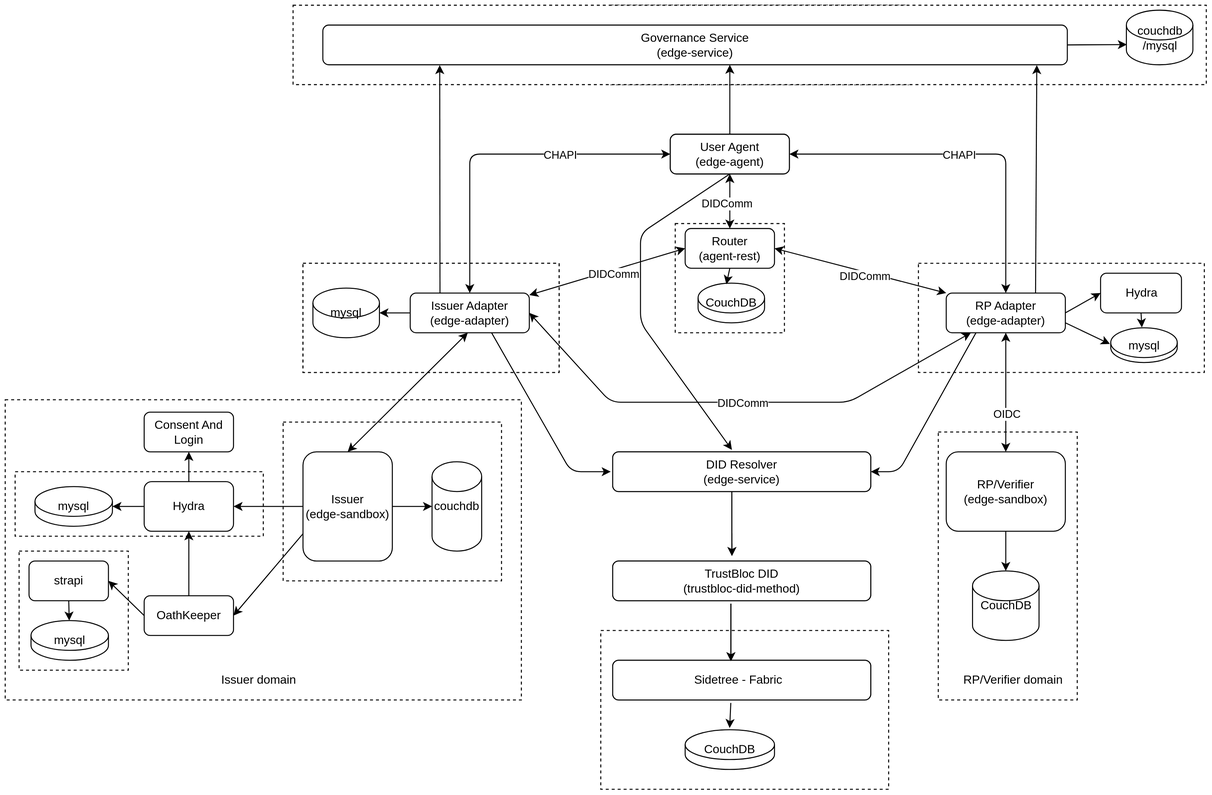
Before: docs/source/images/adapter_component_diagram.svg, a diagram exported from draw.io (trustbloc/docs). Source tidied: cells renumbered, new cells last; positions are measured from the earlier drawing's top-left corner, leaving out a move shared by most shapes.
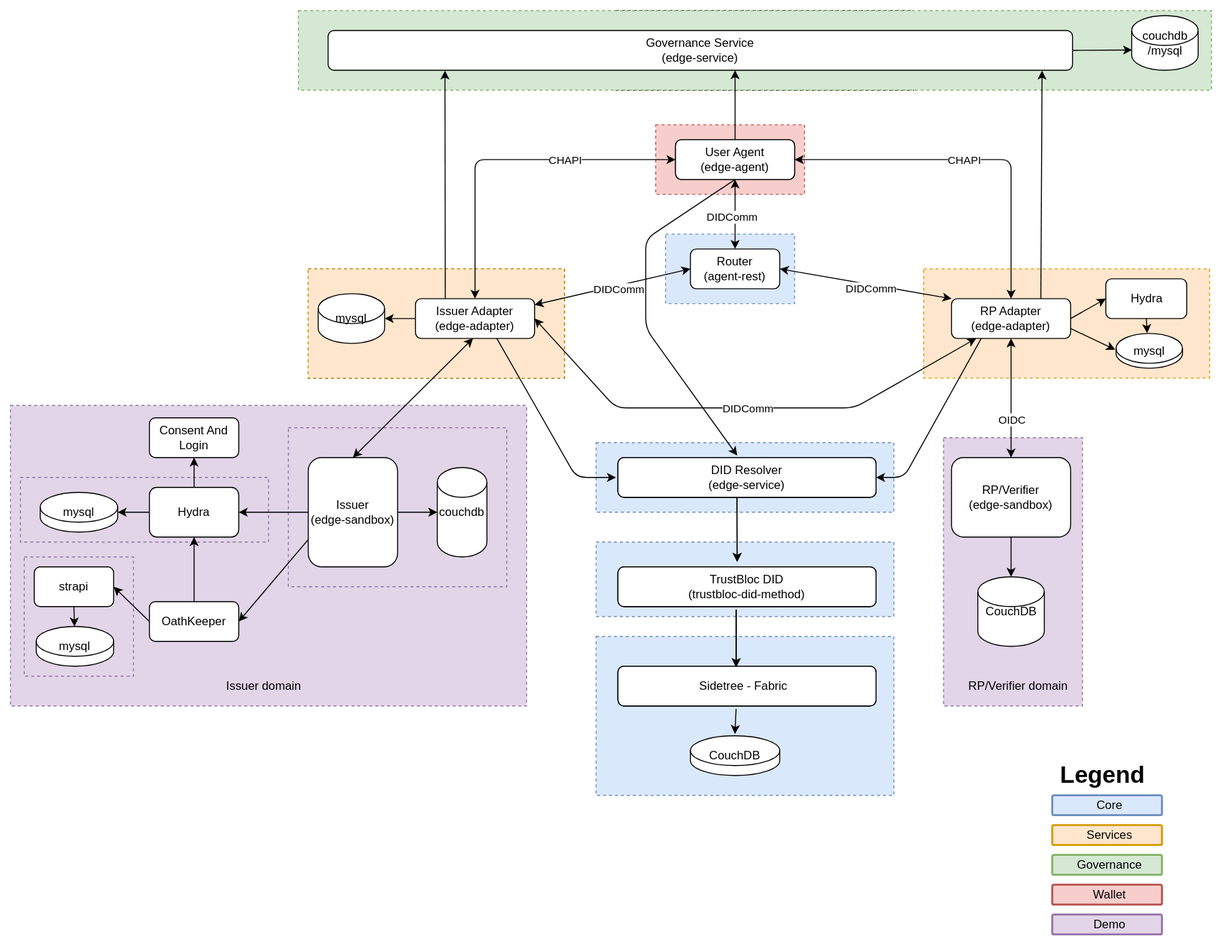
The same diagram one commit later.

Commit message:
docs: Update component diagram (colour code components)

Change to the diagram source:
```diff
@@ -2,20 +2,29 @@
   <root>
     <mxCell id="0" />
     <mxCell id="1" parent="0" />
+    <mxCell id="95" style="rounded=0;whiteSpace=wrap;html=1;dashed=1;fillColor=#f8cecc;strokeColor=#b85450;" parent="1" vertex="1">
+      <mxGeometry x="650" y="115" width="150" height="70" as="geometry" />
+    </mxCell>
+    <mxCell id="96" style="rounded=0;whiteSpace=wrap;html=1;dashed=1;fillColor=#dae8fc;strokeColor=#6c8ebf;" parent="1" vertex="1">
+      <mxGeometry x="660" y="225" width="130" height="70" as="geometry" />
+    </mxCell>
+    <mxCell id="97" style="rounded=0;whiteSpace=wrap;html=1;dashed=1;fillColor=#dae8fc;strokeColor=#6c8ebf;" parent="1" vertex="1">
+      <mxGeometry x="590" y="435" width="300" height="70" as="geometry" />
+    </mxCell>
+    <mxCell id="98" style="rounded=0;whiteSpace=wrap;html=1;dashed=1;fillColor=#dae8fc;strokeColor=#6c8ebf;" parent="1" vertex="1">
+      <mxGeometry x="590" y="535" width="300" height="75" as="geometry" />
+    </mxCell>
-    <mxCell id="2" style="rounded=0;whiteSpace=wrap;html=1;dashed=1;" parent="1" vertex="1">
+    <mxCell id="2" style="rounded=0;whiteSpace=wrap;html=1;dashed=1;fillColor=#e1d5e7;strokeColor=#9673a6;" parent="1" vertex="1">
       <mxGeometry y="397.5" width="520" height="302.5" as="geometry" />
     </mxCell>
-    <mxCell id="3" style="rounded=0;whiteSpace=wrap;html=1;dashed=1;" parent="1" vertex="1">
-      <mxGeometry x="675" y="220" width="110" height="110" as="geometry" />
-    </mxCell>
-    <mxCell id="4" style="rounded=0;whiteSpace=wrap;html=1;dashed=1;" parent="1" vertex="1">
+    <mxCell id="4" style="rounded=0;whiteSpace=wrap;html=1;dashed=1;fillColor=#e1d5e7;strokeColor=#9673a6;" parent="1" vertex="1">
       <mxGeometry x="940" y="430" width="140" height="270" as="geometry" />
     </mxCell>
-    <mxCell id="5" style="rounded=0;whiteSpace=wrap;html=1;dashed=1;" parent="1" vertex="1">
+    <mxCell id="5" style="rounded=0;whiteSpace=wrap;html=1;dashed=1;fillColor=#e1d5e7;strokeColor=#9673a6;" parent="1" vertex="1">
       <mxGeometry x="280" y="420" width="220" height="160" as="geometry" />
     </mxCell>
-    <mxCell id="6" style="rounded=0;whiteSpace=wrap;html=1;dashed=1;" parent="1" vertex="1">
-      <mxGeometry x="600" y="630" width="290" height="160" as="geometry" />
+    <mxCell id="6" style="rounded=0;whiteSpace=wrap;html=1;dashed=1;fillColor=#dae8fc;strokeColor=#6c8ebf;" parent="1" vertex="1">
+      <mxGeometry x="590" y="630" width="300" height="160" as="geometry" />
     </mxCell>
     <mxCell id="7" style="rounded=0;whiteSpace=wrap;html=1;dashed=1;" parent="1" vertex="1">
       <mxGeometry x="610" width="300" height="80" as="geometry" />
@@ -83,13 +92,13 @@
         <mxPoint x="1149.4" y="329.6" as="targetPoint" />
       </mxGeometry>
     </mxCell>
-    <mxCell id="27" style="rounded=0;whiteSpace=wrap;html=1;dashed=1;" parent="1" vertex="1">
+    <mxCell id="27" style="rounded=0;whiteSpace=wrap;html=1;dashed=1;fillColor=#d5e8d4;strokeColor=#82b366;" parent="1" vertex="1">
       <mxGeometry x="290" width="920" height="80" as="geometry" />
     </mxCell>
-    <mxCell id="28" style="rounded=0;whiteSpace=wrap;html=1;dashed=1;" parent="1" vertex="1">
+    <mxCell id="28" style="rounded=0;whiteSpace=wrap;html=1;dashed=1;fillColor=#ffe6cc;strokeColor=#d79b00;" parent="1" vertex="1">
       <mxGeometry x="300" y="260" width="258" height="110" as="geometry" />
     </mxCell>
-    <mxCell id="29" style="rounded=0;whiteSpace=wrap;html=1;dashed=1;" parent="1" vertex="1">
+    <mxCell id="29" style="rounded=0;whiteSpace=wrap;html=1;dashed=1;fillColor=#ffe6cc;strokeColor=#d79b00;" parent="1" vertex="1">
       <mxGeometry x="920" y="260" width="288" height="110" as="geometry" />
     </mxCell>
     <mxCell id="30" value="Issuer Adapter&lt;br&gt;(edge-adapter)" style="rounded=1;whiteSpace=wrap;html=1;" parent="1" vertex="1">
@@ -215,10 +224,10 @@
     <mxCell id="59" value="CouchDB" style="shape=cylinder2;whiteSpace=wrap;html=1;boundedLbl=1;backgroundOutline=1;size=15;" parent="1" vertex="1">
       <mxGeometry x="974.5" y="570" width="67" height="70" as="geometry" />
     </mxCell>
-    <mxCell id="60" style="rounded=0;whiteSpace=wrap;html=1;dashed=1;" parent="1" vertex="1">
+    <mxCell id="60" style="rounded=0;whiteSpace=wrap;html=1;dashed=1;fillColor=#e1d5e7;strokeColor=#9673a6;" parent="1" vertex="1">
       <mxGeometry x="10" y="470" width="250" height="65" as="geometry" />
     </mxCell>
-    <mxCell id="61" style="rounded=0;whiteSpace=wrap;html=1;dashed=1;" parent="1" vertex="1">
+    <mxCell id="61" style="rounded=0;whiteSpace=wrap;html=1;dashed=1;fillColor=#e1d5e7;strokeColor=#9673a6;" parent="1" vertex="1">
       <mxGeometry x="14" y="550" width="110" height="120" as="geometry" />
     </mxCell>
     <mxCell id="62" style="edgeStyle=orthogonalEdgeStyle;rounded=0;jettySize=auto;html=1;" parent="1" edge="1" source="63" target="78">
@@ -307,14 +316,8 @@
       </mxGeometry>
     </mxCell>
     <mxCell id="87" value="Router&lt;br&gt;(agent-rest)" style="rounded=1;whiteSpace=wrap;html=1;" parent="1" vertex="1">
-      <mxGeometry x="685" y="225" width="90" height="40" as="geometry" />
+      <mxGeometry x="685" y="240" width="90" height="40" as="geometry" />
     </mxCell>
-    <mxCell id="88" value="CouchDB" style="shape=cylinder2;whiteSpace=wrap;html=1;boundedLbl=1;backgroundOutline=1;size=15;" parent="1" vertex="1">
-      <mxGeometry x="698" y="280" width="67" height="40" as="geometry" />
-    </mxCell>
-    <mxCell id="89" style="endArrow=classic;html=1;entryX=0.425;entryY=0.028;entryDx=0;entryDy=0;exitX=0.5;exitY=1;exitDx=0;exitDy=0;entryPerimeter=0;" parent="1" edge="1" source="87" target="88">
-      <mxGeometry relative="1" as="geometry" />
-    </mxCell>
     <mxCell id="90" style="endArrow=classic;startArrow=classic;html=1;exitX=0;exitY=0.5;exitDx=0;exitDy=0;" parent="1" edge="1" source="87" target="30">
       <mxGeometry relative="1" as="geometry" />
     </mxCell>
@@ -330,5 +333,23 @@
     <mxCell id="94" value="RP/Verifier domain" style="text;html=1;align=center;verticalAlign=middle;" parent="1" vertex="1">
       <mxGeometry x="955" y="670" width="120" height="20" as="geometry" />
     </mxCell>
+    <mxCell id="99" value="Services" style="rounded=1;arcSize=9;fillColor=#ffe6cc;align=center;spacingLeft=5;strokeColor=#d79b00;html=1;strokeWidth=2;fontSize=12;" parent="1" vertex="1">
+      <mxGeometry x="1049.5" y="820" width="110.5" height="20" as="geometry" />
+    </mxCell>
+    <mxCell id="100" value="Core" style="rounded=1;arcSize=9;fillColor=#dae8fc;align=center;spacingLeft=5;strokeColor=#6c8ebf;html=1;strokeWidth=2;fontSize=12;" parent="1" vertex="1">
+      <mxGeometry x="1049.5" y="790" width="110.5" height="20" as="geometry" />
+    </mxCell>
+    <mxCell id="101" value="Governance" style="rounded=1;arcSize=9;fillColor=#d5e8d4;align=center;spacingLeft=5;strokeColor=#82b366;html=1;strokeWidth=2;fontSize=12;" parent="1" vertex="1">
+      <mxGeometry x="1049.5" y="850" width="110.5" height="20" as="geometry" />
+    </mxCell>
+    <mxCell id="102" value="Legend" style="text;strokeColor=none;fillColor=none;html=1;fontSize=24;fontStyle=1;verticalAlign=middle;align=center;" parent="1" vertex="1">
+      <mxGeometry x="1049.5" y="750" width="100" height="40" as="geometry" />
+    </mxCell>
+    <mxCell id="103" value="Wallet" style="rounded=1;arcSize=9;fillColor=#f8cecc;align=center;spacingLeft=5;strokeColor=#b85450;html=1;strokeWidth=2;fontSize=12;" parent="1" vertex="1">
+      <mxGeometry x="1049.5" y="880" width="110.5" height="20" as="geometry" />
+    </mxCell>
+    <mxCell id="104" value="Demo" style="rounded=1;arcSize=9;fillColor=#e1d5e7;align=center;spacingLeft=5;strokeColor=#9673a6;html=1;strokeWidth=2;fontSize=12;" parent="1" vertex="1">
+      <mxGeometry x="1049.5" y="910" width="110.5" height="20" as="geometry" />
+    </mxCell>
   </root>
 </mxGraphModel>
```
